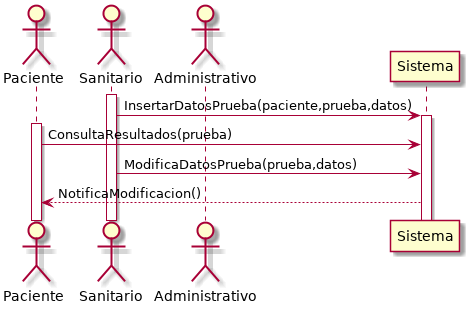
Before: P3/gestion-de-pruebas-medicas.png, a diagram exported from PlantUML (Ludvins/DGIIM_FIS).
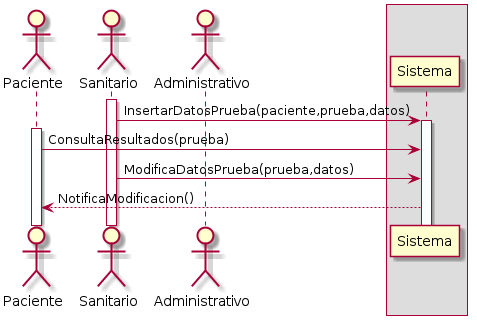
After the change.

Change to the diagram source:
```diff
@@ -5,7 +5,9 @@
 actor Paciente as P
 actor Sanitario as Sa
 actor Administrativo as A
+box
 participant Sistema as Sis
+endbox
 
 
 activate Sa
```
